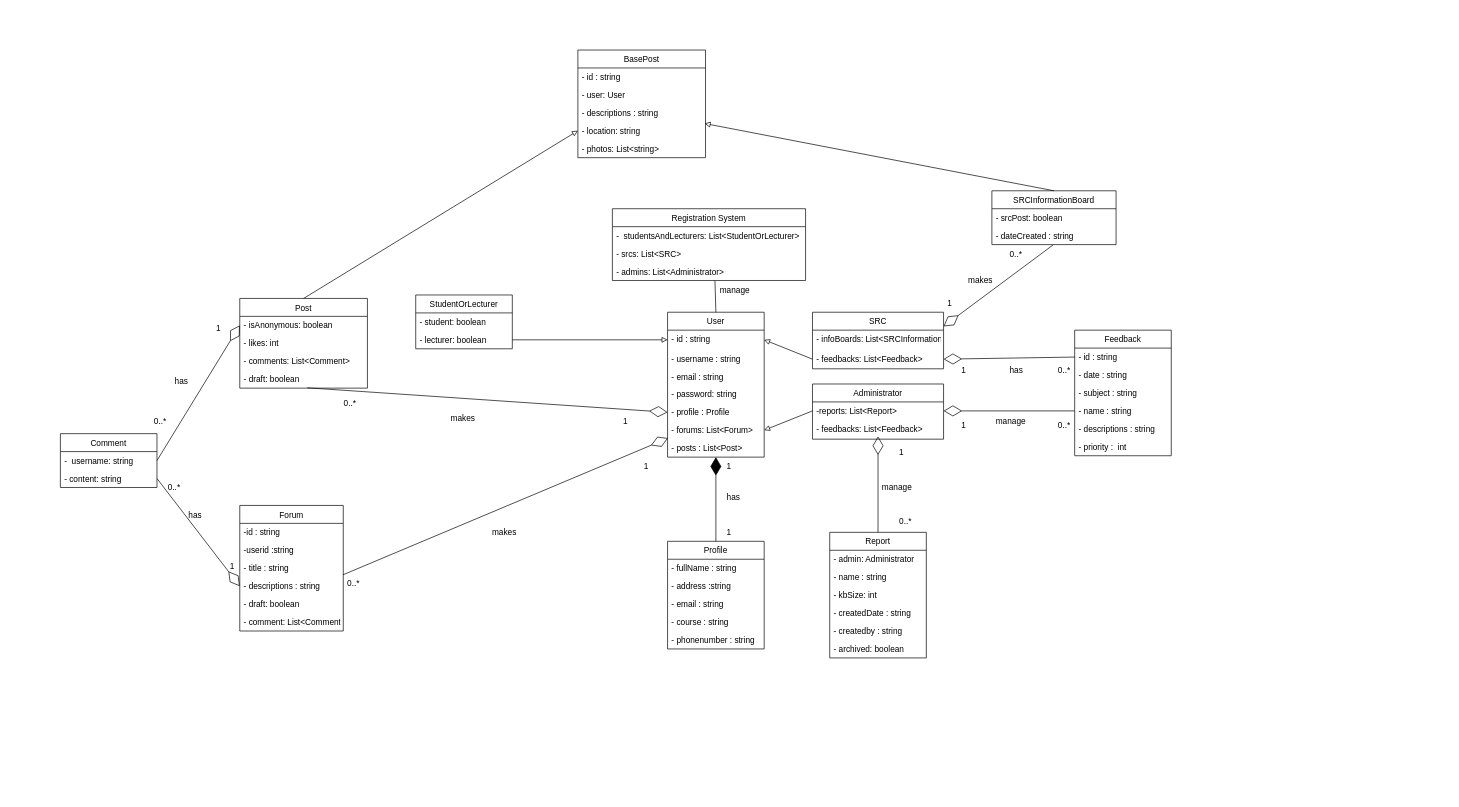
Earlier version of the draw.io diagram proposal/submission/sec01/Systema/DomainModel.drawio (drshahizan/software-engineering). Source tidied: cells renumbered, new cells numbered last; positions are measured from the earlier drawing's top-left corner, leaving out a move shared by most shapes. Both pictures are drawn from the tidied source at 69%, with x=0, y=0 at pixel (60, 50).
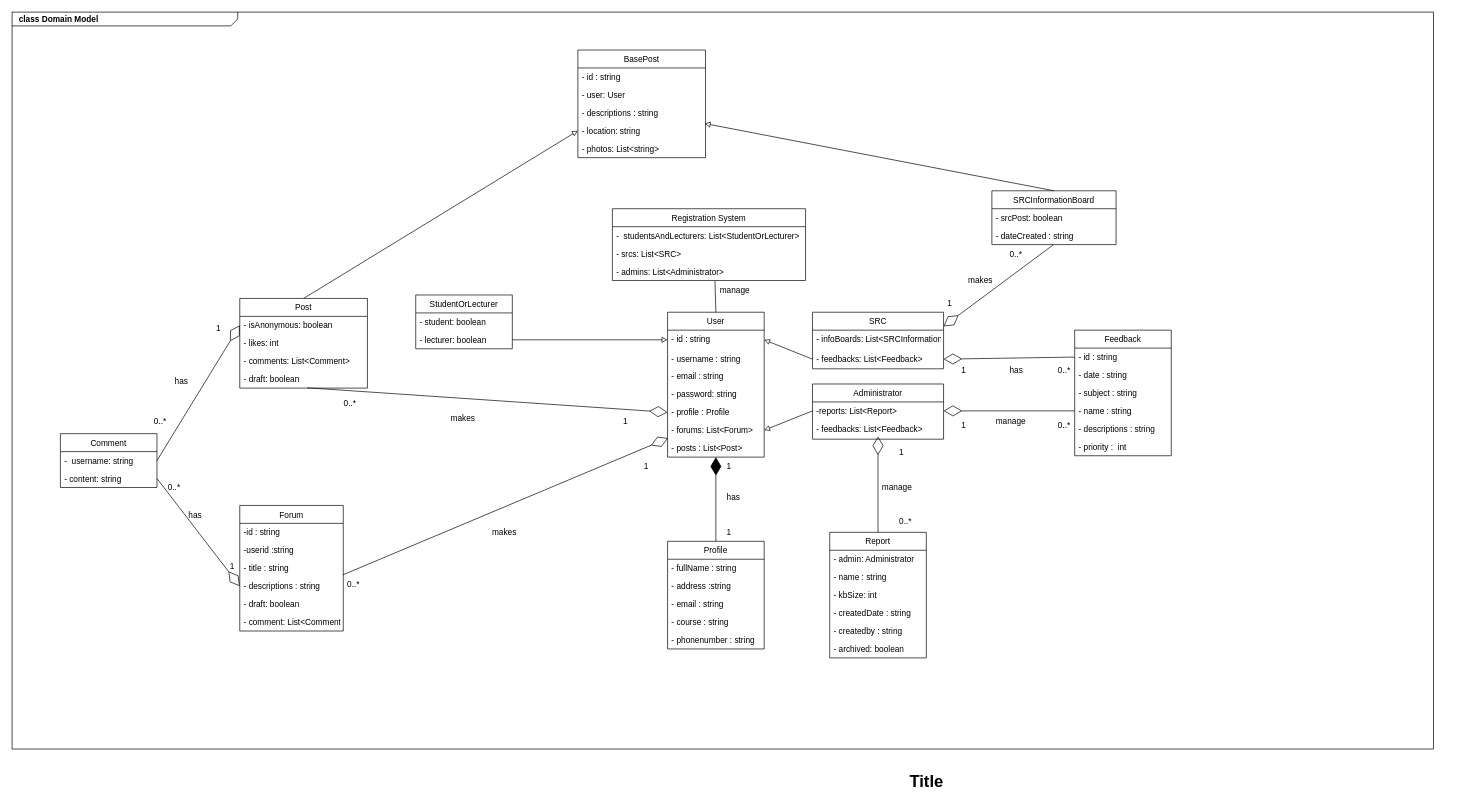
The same page after the edit.

What changed in the source:
```diff
@@
+    <mxCell id="110" value="&lt;p style=&quot;margin: 0px ; margin-top: 4px ; margin-left: 10px ; text-align: left&quot;&gt;&lt;b&gt;class Domain Model&amp;nbsp;&lt;/b&gt;&lt;/p&gt;" style="html=1;strokeWidth=1;shape=mxgraph.sysml.package;html=1;overflow=fill;whiteSpace=wrap;fillColor=none;gradientColor=none;fontSize=12;align=center;labelX=327.64;" parent="1" vertex="1">
+      <mxGeometry x="-70" y="-55" width="2060" height="1068" as="geometry" />
+    </mxCell>
+    <mxCell id="111" value="Title" style="text;strokeColor=none;fillColor=none;html=1;fontSize=24;fontStyle=1;verticalAlign=middle;align=center;" parent="1" vertex="1">
+      <mxGeometry x="500" y="1040" width="1510" height="40" as="geometry" />
+    </mxCell>
```
